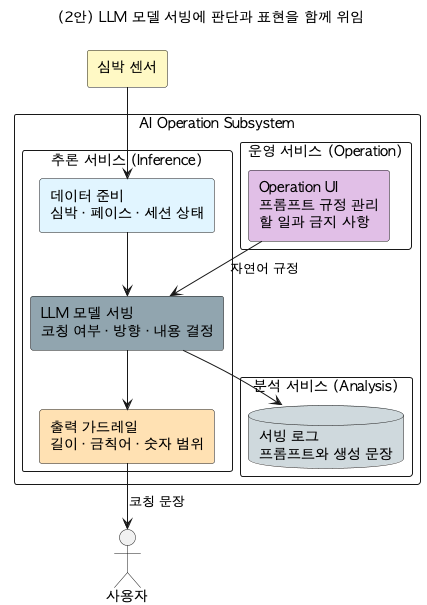
Earlier version of the PlantUML export arch/dp/dp-02-controllability/images/dp-02-controllability-counter-simple.png (tenyearslove/zone2runner).
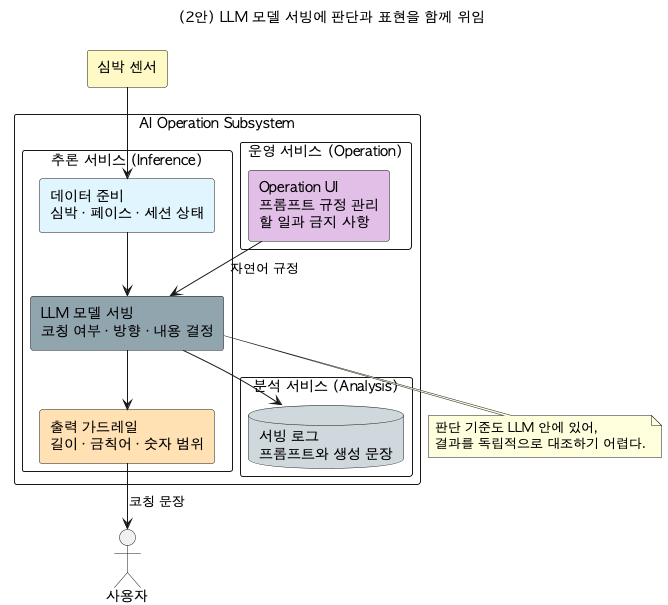
Above is the later version.

Change to the diagram source:
```diff
@@ -36,4 +36,9 @@
 UI --> LLM : 자연어 규정
 OUTPUT --> USER : 코칭 문장
 LLM --> LOG
+
+note bottom of LLM
+  판단 기준도 LLM 안에 있어,
+  결과를 독립적으로 대조하기 어렵다.
+end note
 @enduml
```
